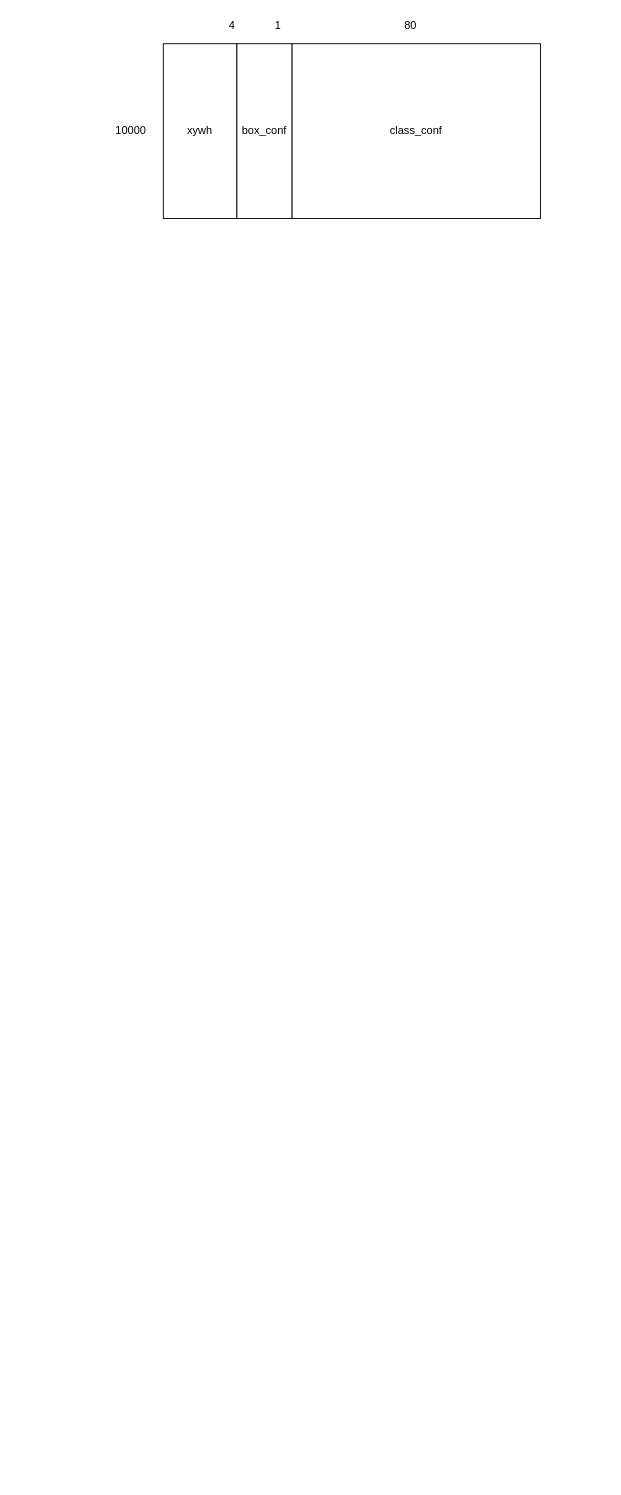
This is 后处理.drawio from 54limiao/DiagramFiles, a draw.io file, before an edit. Source tidied: cells renumbered, new cells numbered last; positions are measured from the earlier drawing's top-left corner, leaving out a move shared by most shapes. Both pictures are drawn from the tidied source at 92%, with x=0, y=0 at pixel (108, 16).
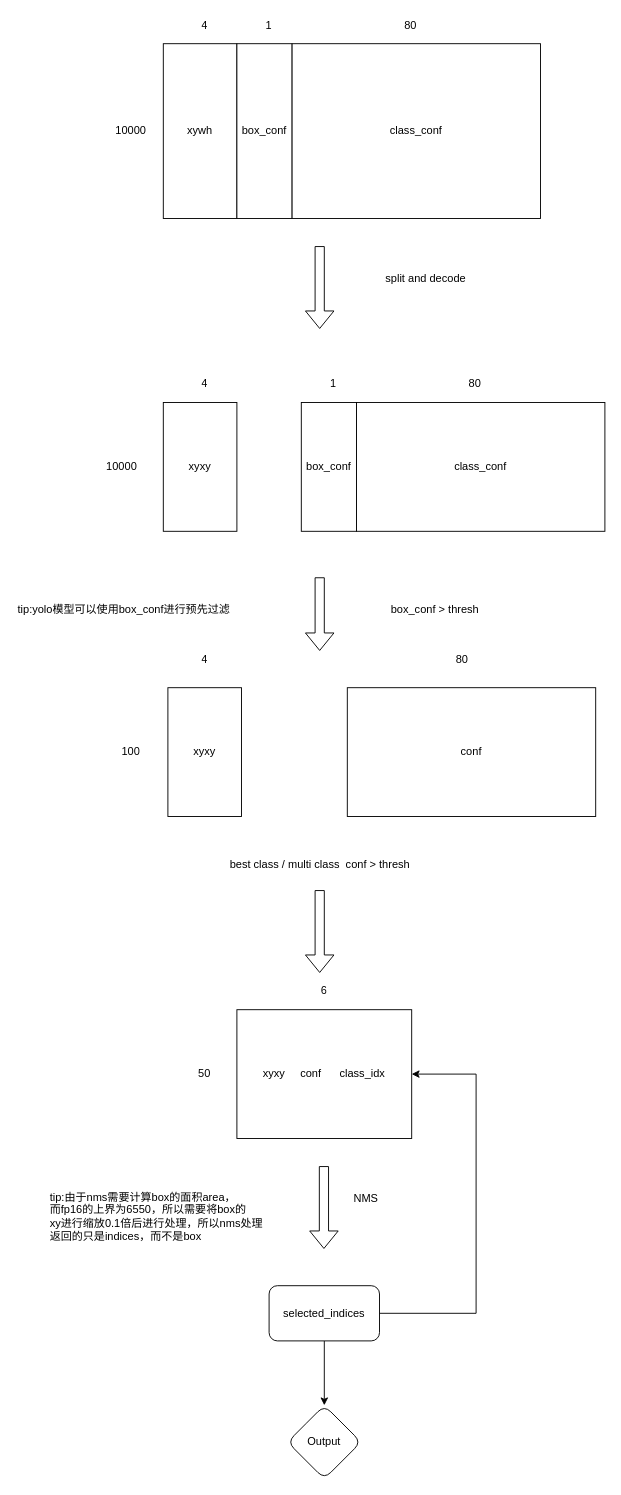
After the change.

Commit message (it also covers changes not shown here):
更新后处理.drawio

Diff of the diagram source:
```diff
@@
     <mxCell id="5" value="4" style="text;html=1;strokeColor=none;fillColor=none;align=center;verticalAlign=middle;whiteSpace=wrap;overflow=hidden;" parent="1" vertex="1">
-      <mxGeometry x="110" width="50" height="20" as="geometry" />
+      <mxGeometry x="80" width="50" height="20" as="geometry" />
     </mxCell>
     <mxCell id="6" value="1" style="text;html=1;strokeColor=none;fillColor=none;align=center;verticalAlign=middle;whiteSpace=wrap;overflow=hidden;" parent="1" vertex="1">
-      <mxGeometry x="160" width="50" height="20" as="geometry" />
+      <mxGeometry x="150" width="50" height="20" as="geometry" />
     </mxCell>
@@
+    <mxCell id="9" style="shape=flexArrow;endArrow=classic;html=1;rounded=0;" parent="1" edge="1">
+      <mxGeometry relative="1" as="geometry">
+        <mxPoint x="230" y="250" as="sourcePoint" />
+        <mxPoint x="230" y="340" as="targetPoint" />
+      </mxGeometry>
+    </mxCell>
+    <mxCell id="10" value="xyxy" style="rounded=0;whiteSpace=wrap;html=1;" parent="1" vertex="1">
+      <mxGeometry x="60" y="420" width="80" height="140" as="geometry" />
+    </mxCell>
+    <mxCell id="11" value="box_conf" style="rounded=0;whiteSpace=wrap;html=1;" parent="1" vertex="1">
+      <mxGeometry x="210" y="420" width="60" height="140" as="geometry" />
+    </mxCell>
+    <mxCell id="12" value="class_conf" style="rounded=0;whiteSpace=wrap;html=1;" parent="1" vertex="1">
+      <mxGeometry x="270" y="420" width="270" height="140" as="geometry" />
+    </mxCell>
+    <mxCell id="13" value="4" style="text;html=1;strokeColor=none;fillColor=none;align=center;verticalAlign=middle;whiteSpace=wrap;overflow=hidden;" parent="1" vertex="1">
+      <mxGeometry x="80" y="390" width="50" height="20" as="geometry" />
+    </mxCell>
+    <mxCell id="14" value="1" style="text;html=1;strokeColor=none;fillColor=none;align=center;verticalAlign=middle;whiteSpace=wrap;overflow=hidden;" parent="1" vertex="1">
+      <mxGeometry x="220" y="390" width="50" height="20" as="geometry" />
+    </mxCell>
+    <mxCell id="15" value="80" style="text;html=1;strokeColor=none;fillColor=none;align=center;verticalAlign=middle;whiteSpace=wrap;overflow=hidden;" parent="1" vertex="1">
+      <mxGeometry x="374" y="390" width="50" height="20" as="geometry" />
+    </mxCell>
+    <mxCell id="16" value="10000" style="text;html=1;strokeColor=none;fillColor=none;align=center;verticalAlign=middle;whiteSpace=wrap;overflow=hidden;" parent="1" vertex="1">
+      <mxGeometry x="-10" y="480" width="50" height="20" as="geometry" />
+    </mxCell>
+    <mxCell id="17" value="box_conf &amp;gt; thresh" style="text;html=1;align=center;verticalAlign=middle;strokeColor=none;fillColor=none;" parent="1" vertex="1">
+      <mxGeometry x="295" y="630" width="120" height="30" as="geometry" />
+    </mxCell>
+    <mxCell id="18" style="shape=flexArrow;endArrow=classic;html=1;rounded=0;" parent="1" edge="1">
+      <mxGeometry relative="1" as="geometry">
+        <mxPoint x="230" y="610" as="sourcePoint" />
+        <mxPoint x="230" y="690" as="targetPoint" />
+      </mxGeometry>
+    </mxCell>
+    <mxCell id="19" value="split and decode" style="text;html=1;align=center;verticalAlign=middle;strokeColor=none;fillColor=none;" parent="1" vertex="1">
+      <mxGeometry x="290" y="270" width="110" height="30" as="geometry" />
+    </mxCell>
+    <mxCell id="20" value="xyxy" style="rounded=0;whiteSpace=wrap;html=1;" parent="1" vertex="1">
+      <mxGeometry x="65" y="730" width="80" height="140" as="geometry" />
+    </mxCell>
+    <mxCell id="21" value="conf" style="rounded=0;whiteSpace=wrap;html=1;" parent="1" vertex="1">
+      <mxGeometry x="260" y="730" width="270" height="140" as="geometry" />
+    </mxCell>
+    <mxCell id="22" value="80" style="text;html=1;strokeColor=none;fillColor=none;align=center;verticalAlign=middle;whiteSpace=wrap;overflow=hidden;" parent="1" vertex="1">
+      <mxGeometry x="360" y="690" width="50" height="20" as="geometry" />
+    </mxCell>
+    <mxCell id="23" value="4" style="text;html=1;strokeColor=none;fillColor=none;align=center;verticalAlign=middle;whiteSpace=wrap;overflow=hidden;" parent="1" vertex="1">
+      <mxGeometry x="80" y="690" width="50" height="20" as="geometry" />
+    </mxCell>
+    <mxCell id="24" value="100" style="text;html=1;strokeColor=none;fillColor=none;align=center;verticalAlign=middle;whiteSpace=wrap;overflow=hidden;" parent="1" vertex="1">
+      <mxGeometry y="790" width="50" height="20" as="geometry" />
+    </mxCell>
+    <mxCell id="25" style="shape=flexArrow;endArrow=classic;html=1;rounded=0;" parent="1" edge="1">
+      <mxGeometry relative="1" as="geometry">
+        <mxPoint x="230" y="950" as="sourcePoint" />
+        <mxPoint x="230" y="1040" as="targetPoint" />
+      </mxGeometry>
+    </mxCell>
+    <mxCell id="26" value="best class / multi class&amp;nbsp; conf &amp;gt; thresh" style="text;html=1;align=center;verticalAlign=middle;strokeColor=none;fillColor=none;" parent="1" vertex="1">
+      <mxGeometry x="120" y="908" width="220" height="30" as="geometry" />
+    </mxCell>
+    <mxCell id="27" value="xyxy&amp;nbsp; &amp;nbsp; &amp;nbsp;conf&amp;nbsp; &amp;nbsp; &amp;nbsp; class_idx" style="rounded=0;whiteSpace=wrap;html=1;" parent="1" vertex="1">
+      <mxGeometry x="140" y="1080" width="190" height="140" as="geometry" />
+    </mxCell>
+    <mxCell id="28" value="50" style="text;html=1;strokeColor=none;fillColor=none;align=center;verticalAlign=middle;whiteSpace=wrap;overflow=hidden;" parent="1" vertex="1">
+      <mxGeometry x="80" y="1140" width="50" height="20" as="geometry" />
+    </mxCell>
+    <mxCell id="29" value="6" style="text;html=1;strokeColor=none;fillColor=none;align=center;verticalAlign=middle;whiteSpace=wrap;overflow=hidden;" parent="1" vertex="1">
+      <mxGeometry x="210" y="1049" width="50" height="20" as="geometry" />
+    </mxCell>
+    <mxCell id="30" style="shape=flexArrow;endArrow=classic;html=1;rounded=0;" parent="1" edge="1">
+      <mxGeometry relative="1" as="geometry">
+        <mxPoint x="234.6" y="1250" as="sourcePoint" />
+        <mxPoint x="234.6" y="1340" as="targetPoint" />
+      </mxGeometry>
+    </mxCell>
+    <mxCell id="31" value="NMS" style="text;html=1;align=center;verticalAlign=middle;strokeColor=none;fillColor=none;" parent="1" vertex="1">
+      <mxGeometry x="255" y="1270" width="50" height="30" as="geometry" />
+    </mxCell>
+    <mxCell id="32" style="edgeStyle=orthogonalEdgeStyle;rounded=0;jettySize=auto;html=1;entryX=1;entryY=0.5;entryDx=0;entryDy=0;exitX=1;exitY=0.5;exitDx=0;exitDy=0;" parent="1" edge="1" source="34" target="27">
+      <mxGeometry relative="1" as="geometry">
+        <Array as="points">
+          <mxPoint x="400" y="1410" />
+          <mxPoint x="400" y="1150" />
+        </Array>
+      </mxGeometry>
+    </mxCell>
+    <mxCell id="33" style="edgeStyle=orthogonalEdgeStyle;rounded=0;jettySize=auto;html=1;" parent="1" edge="1" source="34" target="35">
+      <mxGeometry relative="1" as="geometry" />
+    </mxCell>
+    <mxCell id="34" value="selected_indices" style="rounded=1;whiteSpace=wrap;html=1;" parent="1" vertex="1">
+      <mxGeometry x="175" y="1380" width="120" height="60" as="geometry" />
+    </mxCell>
+    <mxCell id="35" value="Output" style="rhombus;whiteSpace=wrap;html=1;rounded=1;" parent="1" vertex="1">
+      <mxGeometry x="195" y="1510" width="80" height="80" as="geometry" />
+    </mxCell>
+    <mxCell id="36" value="tip:由于nms需要计算box的面积area，&lt;br&gt;而fp16的上界为6550，所以需要将box的&lt;br&gt;xy进行缩放0.1倍后进行处理，所以nms处理&lt;br&gt;返回的只是indices，而不是box" style="text;html=1;align=left;verticalAlign=middle;strokeColor=none;fillColor=none;" parent="1" vertex="1">
+      <mxGeometry x="-65" y="1270" width="250" height="70" as="geometry" />
+    </mxCell>
+    <mxCell id="37" value="tip:yolo模型可以使用box_conf进行预先过滤" style="text;html=1;align=left;verticalAlign=middle;strokeColor=none;fillColor=none;" parent="1" vertex="1">
+      <mxGeometry x="-100" y="630" width="250" height="30" as="geometry" />
+    </mxCell>
```
